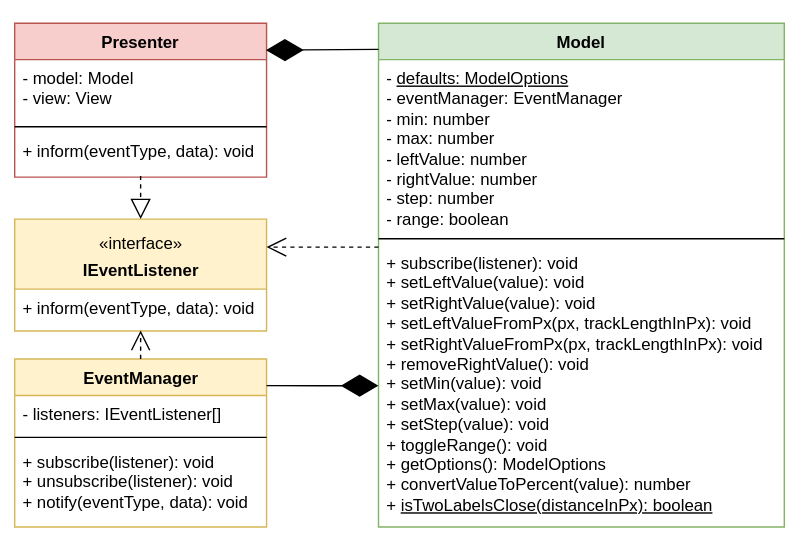
This is images_for_readme/class-diagram_model-perspective.drawio.svg from Olga-smart/FSD4, a draw.io export, as it was before one commit. Source tidied: cells renumbered, new cells last; positions are measured from the earlier drawing's top-left corner, leaving out a move shared by most shapes.
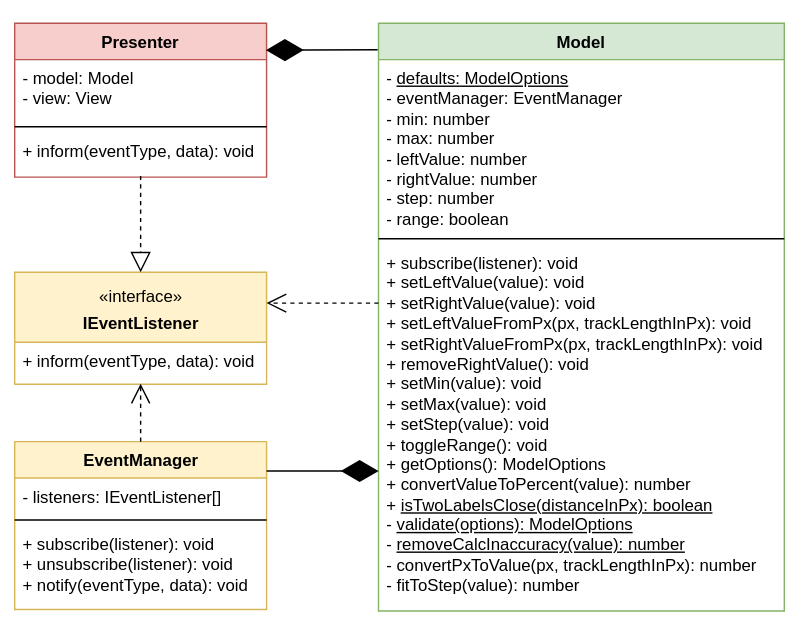
After the commit.

Commit message:
Update class diagram (model perspective)

The edit, as a diff of the source:
```diff
@@ -3,7 +3,7 @@
     <mxCell id="0" />
     <mxCell id="1" parent="0" />
     <mxCell id="2" value="Model" style="swimlane;fontStyle=1;align=center;verticalAlign=top;horizontal=1;startSize=26;rounded=0;swimlaneLine=1;glass=0;shadow=0;fillColor=#d5e8d4;strokeColor=#82b366;" parent="1" vertex="1">
-      <mxGeometry x="260" width="290" height="360" as="geometry" />
+      <mxGeometry x="260" width="290" height="420" as="geometry" />
     </mxCell>
     <mxCell id="3" value="-&amp;nbsp;&lt;u style=&quot;border-color: var(--border-color);&quot;&gt;defaults: ModelOptions&lt;/u&gt;&lt;br style=&quot;border-color: var(--border-color);&quot;&gt;- eventManager: EventManager&lt;br style=&quot;border-color: var(--border-color);&quot;&gt;- min: number&lt;br style=&quot;border-color: var(--border-color);&quot;&gt;- max: number&lt;br style=&quot;border-color: var(--border-color);&quot;&gt;- leftValue: number&lt;br style=&quot;border-color: var(--border-color);&quot;&gt;- rightValue: number&lt;br style=&quot;border-color: var(--border-color);&quot;&gt;- step: number&lt;br style=&quot;border-color: var(--border-color);&quot;&gt;- range: boolean" style="text;strokeColor=none;fillColor=none;align=left;verticalAlign=top;spacingLeft=4;spacingRight=4;overflow=hidden;rounded=0;html=1;" parent="2" vertex="1">
       <mxGeometry y="26" width="290" height="124" as="geometry" />
@@ -11,8 +11,8 @@
     <mxCell id="4" style="line;strokeWidth=1;fillColor=none;align=left;verticalAlign=middle;spacingTop=-1;spacingLeft=3;spacingRight=3;labelPosition=right;rounded=0;" parent="2" vertex="1">
       <mxGeometry y="150" width="290" height="8" as="geometry" />
     </mxCell>
-    <mxCell id="5" value="+ subscribe(listener): void&lt;br style=&quot;border-color: var(--border-color);&quot;&gt;+&amp;nbsp;setLeftValue(value): void&lt;br style=&quot;border-color: var(--border-color);&quot;&gt;+&amp;nbsp;setRightValue(value): void&lt;br style=&quot;border-color: var(--border-color);&quot;&gt;+&amp;nbsp;setLeftValueFromPx(px, trackLengthInPx): void&lt;br style=&quot;border-color: var(--border-color);&quot;&gt;+ setRightValueFromPx(px, trackLengthInPx): void&lt;br style=&quot;border-color: var(--border-color);&quot;&gt;+&amp;nbsp;removeRightValue(): void&lt;br style=&quot;border-color: var(--border-color);&quot;&gt;+ setMin(value): void&lt;br style=&quot;border-color: var(--border-color);&quot;&gt;+ setMax(value): void&lt;br style=&quot;border-color: var(--border-color);&quot;&gt;+&amp;nbsp;setStep(value): void&lt;br style=&quot;border-color: var(--border-color);&quot;&gt;+&amp;nbsp;toggleRange(): void&lt;br style=&quot;border-color: var(--border-color);&quot;&gt;+&amp;nbsp;getOptions(): ModelOptions&lt;br style=&quot;border-color: var(--border-color);&quot;&gt;+&amp;nbsp;convertValueToPercent(value): number&lt;br style=&quot;border-color: var(--border-color);&quot;&gt;+&amp;nbsp;&lt;u style=&quot;border-color: var(--border-color);&quot;&gt;isTwoLabelsClose(distanceInPx): boolean&lt;/u&gt;" style="text;strokeColor=none;fillColor=none;align=left;verticalAlign=top;spacingLeft=4;spacingRight=4;overflow=hidden;rounded=0;html=1;" parent="2" vertex="1">
-      <mxGeometry y="158" width="290" height="202" as="geometry" />
+    <mxCell id="5" value="+ subscribe(listener): void&lt;br style=&quot;border-color: var(--border-color);&quot;&gt;+&amp;nbsp;setLeftValue(value): void&lt;br style=&quot;border-color: var(--border-color);&quot;&gt;+&amp;nbsp;setRightValue(value): void&lt;br style=&quot;border-color: var(--border-color);&quot;&gt;+&amp;nbsp;setLeftValueFromPx(px, trackLengthInPx): void&lt;br style=&quot;border-color: var(--border-color);&quot;&gt;+ setRightValueFromPx(px, trackLengthInPx): void&lt;br style=&quot;border-color: var(--border-color);&quot;&gt;+&amp;nbsp;removeRightValue(): void&lt;br style=&quot;border-color: var(--border-color);&quot;&gt;+ setMin(value): void&lt;br style=&quot;border-color: var(--border-color);&quot;&gt;+ setMax(value): void&lt;br style=&quot;border-color: var(--border-color);&quot;&gt;+&amp;nbsp;setStep(value): void&lt;br style=&quot;border-color: var(--border-color);&quot;&gt;+&amp;nbsp;toggleRange(): void&lt;br style=&quot;border-color: var(--border-color);&quot;&gt;+&amp;nbsp;getOptions(): ModelOptions&lt;br style=&quot;border-color: var(--border-color);&quot;&gt;+&amp;nbsp;convertValueToPercent(value): number&lt;br style=&quot;border-color: var(--border-color);&quot;&gt;+&amp;nbsp;&lt;span style=&quot;border-color: var(--border-color);&quot;&gt;&lt;u&gt;isTwoLabelsClose(distanceInPx): boolean&lt;/u&gt;&lt;br&gt;&lt;div style=&quot;&quot;&gt;- &lt;span style=&quot;text-decoration-line: underline;&quot;&gt;validate(options): ModelOptions&lt;/span&gt;&lt;/div&gt;&lt;div style=&quot;&quot;&gt;- &lt;span style=&quot;text-decoration-line: underline;&quot;&gt;removeCalcInaccuracy(value): number&lt;/span&gt;&lt;/div&gt;&lt;div style=&quot;&quot;&gt;- convertPxToValue(px, trackLengthInPx): number&lt;/div&gt;&lt;div style=&quot;&quot;&gt;- fitToStep(value): number&lt;/div&gt;&lt;/span&gt;" style="text;strokeColor=none;fillColor=none;align=left;verticalAlign=top;spacingLeft=4;spacingRight=4;overflow=hidden;rounded=0;html=1;" parent="2" vertex="1">
+      <mxGeometry y="158" width="290" height="262" as="geometry" />
     </mxCell>
     <mxCell id="6" value="Presenter&#10;" style="swimlane;fontStyle=1;align=center;verticalAlign=top;horizontal=1;startSize=26;fillColor=#f8cecc;strokeColor=#b85450;rounded=0;" parent="1" vertex="1">
       <mxGeometry width="180" height="110" as="geometry" />
@@ -27,7 +27,7 @@
       <mxGeometry y="78" width="180" height="32" as="geometry" />
     </mxCell>
     <mxCell id="10" value="EventManager" style="swimlane;fontStyle=1;align=center;verticalAlign=top;horizontal=1;startSize=26;rounded=0;shadow=0;glass=0;labelBackgroundColor=none;labelBorderColor=none;html=1;fillColor=#fff2cc;strokeColor=#d6b656;" parent="1" vertex="1">
-      <mxGeometry y="240" width="180" height="120" as="geometry" />
+      <mxGeometry y="299" width="180" height="120" as="geometry" />
     </mxCell>
     <mxCell id="11" value="- listeners: IEventListener[]" style="text;strokeColor=none;fillColor=none;align=left;verticalAlign=top;spacingLeft=4;spacingRight=4;overflow=hidden;rounded=0;shadow=0;glass=0;labelBackgroundColor=none;labelBorderColor=none;fontColor=default;html=1;" parent="10" vertex="1">
       <mxGeometry y="26" width="180" height="26" as="geometry" />
@@ -40,16 +40,16 @@
     </mxCell>
     <mxCell id="14" style="endArrow=diamondThin;endFill=1;endSize=24;html=1;rounded=0;shadow=0;fontColor=default;jumpStyle=none;edgeStyle=orthogonalEdgeStyle;" parent="1" edge="1">
       <mxGeometry relative="1" as="geometry">
-        <mxPoint x="180" y="259" as="sourcePoint" />
-        <mxPoint x="260" y="259" as="targetPoint" />
+        <mxPoint x="180" y="320" as="sourcePoint" />
+        <mxPoint x="260" y="320" as="targetPoint" />
         <Array as="points">
-          <mxPoint x="220" y="259" />
-          <mxPoint x="260" y="259" />
+          <mxPoint x="220" y="320" />
+          <mxPoint x="260" y="320" />
         </Array>
       </mxGeometry>
     </mxCell>
     <mxCell id="15" value="&lt;p style=&quot;margin: 4px 0px 0px&quot;&gt;«interface»&lt;br&gt;&lt;/p&gt;&lt;p style=&quot;margin: 4px 0px 0px&quot;&gt;&lt;b&gt;IEventListener&lt;/b&gt;&lt;/p&gt;" style="swimlane;fontStyle=0;horizontal=1;startSize=50;fillColor=#fff2cc;rounded=0;shadow=0;glass=0;labelBackgroundColor=none;labelBorderColor=none;html=1;strokeColor=#d6b656;" parent="1" vertex="1">
-      <mxGeometry y="140" width="180" height="80" as="geometry" />
+      <mxGeometry y="178" width="180" height="80" as="geometry" />
     </mxCell>
     <mxCell id="16" value="+ inform(eventType, data): void" style="text;strokeColor=none;fillColor=none;align=left;verticalAlign=top;spacingLeft=4;spacingRight=4;overflow=hidden;points=[[0,0.5],[1,0.5]];portConstraint=eastwest;rounded=0;shadow=0;glass=0;labelBackgroundColor=none;labelBorderColor=none;fontColor=default;html=1;" parent="15" vertex="1">
       <mxGeometry y="50" width="180" height="30" as="geometry" />
@@ -62,11 +62,11 @@
     </mxCell>
     <mxCell id="19" style="endArrow=open;endSize=12;dashed=1;html=1;rounded=0;shadow=0;fontColor=default;jumpStyle=none;" parent="1" edge="1">
       <mxGeometry relative="1" as="geometry">
-        <mxPoint x="260" y="160" as="sourcePoint" />
-        <mxPoint x="180" y="160" as="targetPoint" />
+        <mxPoint x="260" y="200" as="sourcePoint" />
+        <mxPoint x="180" y="200" as="targetPoint" />
       </mxGeometry>
     </mxCell>
-    <mxCell id="20" style="endArrow=diamondThin;endFill=1;endSize=24;html=1;rounded=0;shadow=0;fontColor=default;jumpStyle=none;entryX=0.998;entryY=0.175;entryDx=0;entryDy=0;entryPerimeter=0;exitX=0;exitY=0.052;exitDx=0;exitDy=0;exitPerimeter=0;" parent="1" edge="1" source="2" target="6">
+    <mxCell id="20" style="endArrow=diamondThin;endFill=1;endSize=24;html=1;rounded=0;shadow=0;fontColor=default;jumpStyle=none;entryX=0.998;entryY=0.175;entryDx=0;entryDy=0;entryPerimeter=0;exitX=-0.002;exitY=0.045;exitDx=0;exitDy=0;exitPerimeter=0;" parent="1" edge="1" source="2" target="6">
       <mxGeometry relative="1" as="geometry" />
     </mxCell>
   </root>
```
